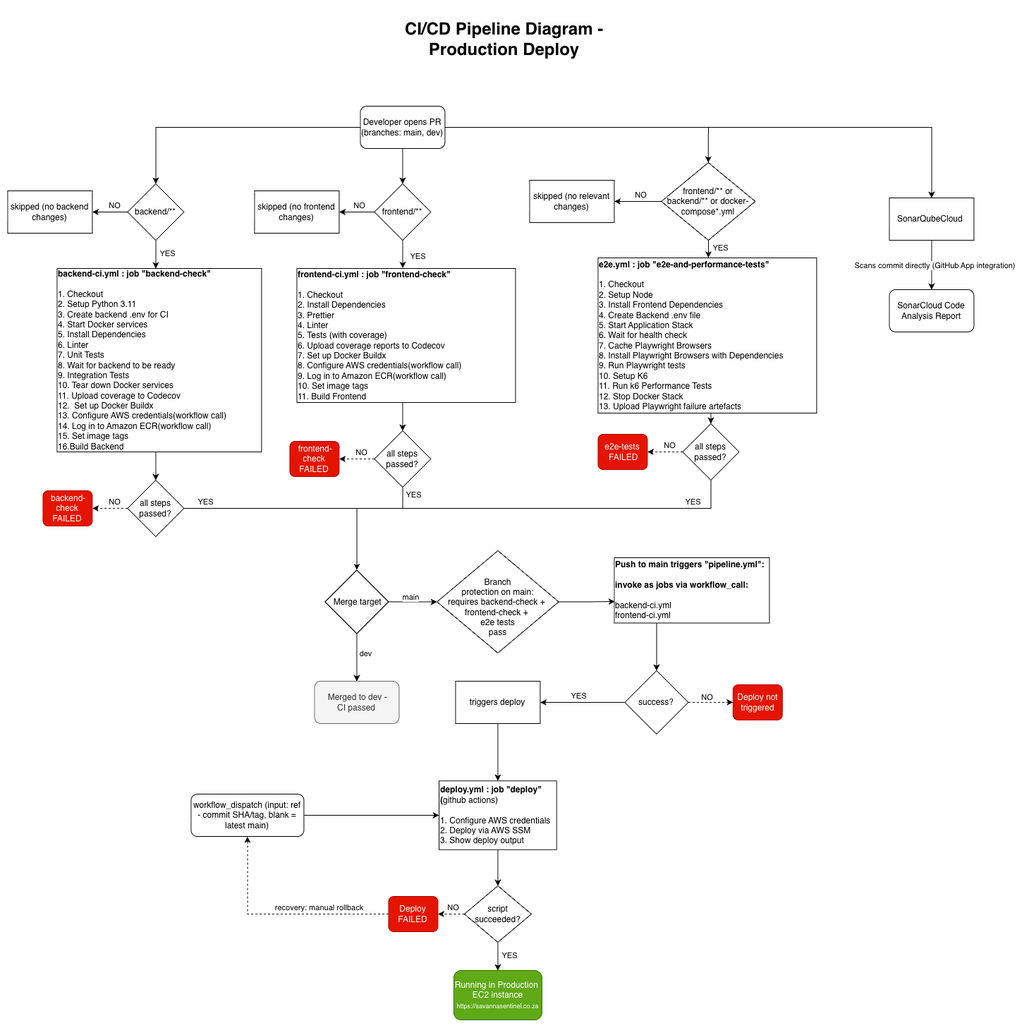
COS301-SE-2026/Savanna-Sentinel keeps this draw.io diagram as docs/demo4/DevDocs(Not-For-Review)/cicd/CICD Diagram.png. Above is the earlier version. Source tidied: cells renumbered, new cells last; positions are measured from the earlier drawing's top-left corner, leaving out a move shared by most shapes.
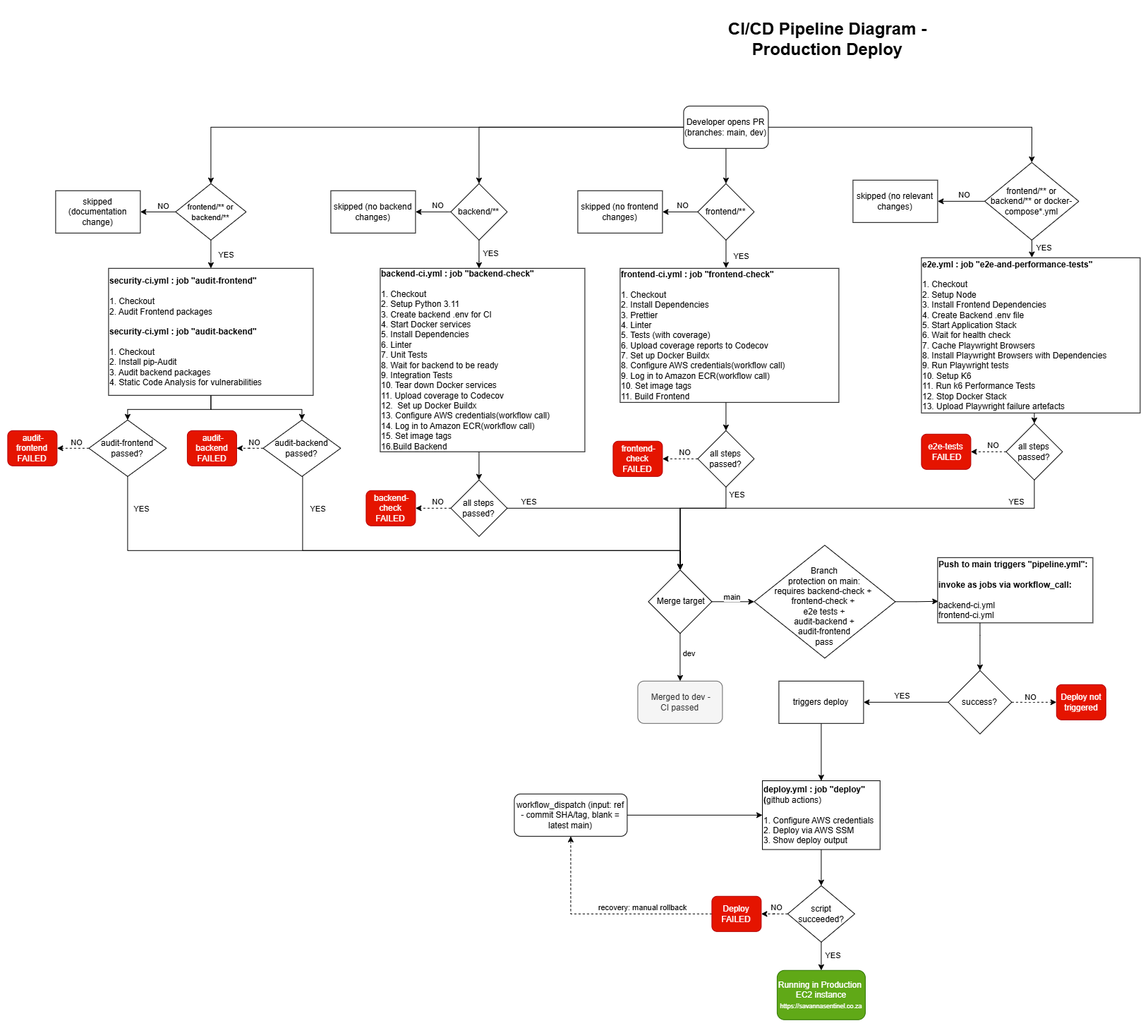
Later version of the same file.

Change to the diagram source:
```diff
@@ -11,12 +11,12 @@
     <mxCell id="4" style="edgeStyle=orthogonalEdgeStyle;rounded=0;jettySize=auto;html=1;entryX=0.5;entryY=0;entryDx=0;entryDy=0;" parent="1" edge="1" source="7" target="13">
       <mxGeometry relative="1" as="geometry" />
     </mxCell>
-    <mxCell id="5" style="edgeStyle=orthogonalEdgeStyle;rounded=0;jettySize=auto;html=1;entryX=0.5;entryY=0;entryDx=0;entryDy=0;" parent="1" edge="1" source="7" target="16">
-      <mxGeometry relative="1" as="geometry" />
-    </mxCell>
     <mxCell id="6" style="edgeStyle=orthogonalEdgeStyle;rounded=0;jettySize=auto;html=1;exitX=1;exitY=0.5;exitDx=0;exitDy=0;entryX=0.5;entryY=0;entryDx=0;entryDy=0;" parent="1" edge="1" source="7" target="65">
       <mxGeometry relative="1" as="geometry" />
     </mxCell>
+    <mxCell id="85" style="edgeStyle=orthogonalEdgeStyle;rounded=0;jettySize=auto;html=1;entryX=0.5;entryY=0;entryDx=0;entryDy=0;" parent="1" edge="1" source="7" target="88">
+      <mxGeometry relative="1" as="geometry" />
+    </mxCell>
     <mxCell id="7" value="Developer opens PR (branches: main, dev)" style="rounded=1;whiteSpace=wrap;html=1;" parent="1" vertex="1">
       <mxGeometry x="500" y="110" width="120" height="60" as="geometry" />
     </mxCell>
@@ -42,15 +42,6 @@
     <mxCell id="13" value="frontend/**" style="rhombus;whiteSpace=wrap;html=1;" parent="1" vertex="1">
       <mxGeometry x="520" y="220" width="80" height="80" as="geometry" />
     </mxCell>
-    <mxCell id="14" style="edgeStyle=orthogonalEdgeStyle;rounded=0;jettySize=auto;html=1;entryX=0.5;entryY=0;entryDx=0;entryDy=0;" parent="1" edge="1" source="16" target="39">
-      <mxGeometry relative="1" as="geometry" />
-    </mxCell>
-    <mxCell id="15" value="Scans commit directly (GitHub App integration)" style="edgeLabel;html=1;align=center;verticalAlign=middle;" parent="14" vertex="1">
-      <mxGeometry x="0.01" y="3" relative="1" as="geometry" />
-    </mxCell>
-    <mxCell id="16" value="SonarQubeCloud&amp;nbsp;" style="rounded=0;whiteSpace=wrap;html=1;" parent="1" vertex="1">
-      <mxGeometry x="1250" y="240" width="120" height="60" as="geometry" />
-    </mxCell>
     <mxCell id="17" style="edgeStyle=orthogonalEdgeStyle;rounded=0;jettySize=auto;html=1;entryX=0.5;entryY=0;entryDx=0;entryDy=0;" parent="1" edge="1" source="18" target="24">
       <mxGeometry relative="1" as="geometry">
         <Array as="points">
@@ -154,14 +145,11 @@
         <mxPoint y="-9" as="offset" />
       </mxGeometry>
     </mxCell>
-    <mxCell id="39" value="SonarCloud Code Analysis Report" style="rounded=1;whiteSpace=wrap;html=1;" parent="1" vertex="1">
-      <mxGeometry x="1250" y="370" width="120" height="60" as="geometry" />
-    </mxCell>
     <mxCell id="40" style="edgeStyle=orthogonalEdgeStyle;rounded=0;jettySize=auto;html=1;entryX=0.004;entryY=0.67;entryDx=0;entryDy=0;entryPerimeter=0;" parent="1" edge="1" source="41" target="78">
       <mxGeometry relative="1" as="geometry" />
     </mxCell>
-    <mxCell id="41" value="&lt;div&gt;&lt;br&gt;&lt;/div&gt;Branch&lt;div&gt;&amp;nbsp;protection on main:&amp;nbsp;&lt;div&gt;requires backend-check&amp;nbsp;&lt;span style=&quot;background-color: transparent; color: light-dark(rgb(0, 0, 0), rgb(255, 255, 255));&quot;&gt;+&amp;nbsp;&lt;/span&gt;&lt;/div&gt;&lt;div&gt;frontend-check +&amp;nbsp;&lt;/div&gt;&lt;div&gt;e2e tests&lt;/div&gt;&lt;/div&gt;&lt;div&gt;pass&lt;/div&gt;" style="rhombus;whiteSpace=wrap;html=1;" parent="1" vertex="1">
-      <mxGeometry x="608.8" y="740" width="172.5" height="145" as="geometry" />
+    <mxCell id="41" value="&lt;div&gt;&lt;br&gt;&lt;/div&gt;Branch&lt;div&gt;&amp;nbsp;protection on main:&amp;nbsp;&lt;div&gt;requires backend-check&amp;nbsp;&lt;span style=&quot;background-color: transparent; color: light-dark(rgb(0, 0, 0), rgb(255, 255, 255));&quot;&gt;+&amp;nbsp;&lt;/span&gt;&lt;/div&gt;&lt;div&gt;frontend-check +&amp;nbsp;&lt;/div&gt;&lt;div&gt;e2e tests +&lt;/div&gt;&lt;/div&gt;&lt;div&gt;audit-backend +&lt;br&gt;&lt;/div&gt;&lt;div&gt;audit-frontend&lt;/div&gt;&lt;div&gt;pass&lt;/div&gt;" style="rhombus;whiteSpace=wrap;html=1;" parent="1" vertex="1">
+      <mxGeometry x="600" y="732.5" width="200" height="160" as="geometry" />
     </mxCell>
     <mxCell id="42" style="edgeStyle=orthogonalEdgeStyle;rounded=0;jettySize=auto;html=1;" parent="1" edge="1" source="43" target="51">
       <mxGeometry relative="1" as="geometry" />
@@ -334,5 +322,78 @@
         <mxPoint y="-9" as="offset" />
       </mxGeometry>
     </mxCell>
+    <mxCell id="86" style="edgeStyle=orthogonalEdgeStyle;rounded=0;jettySize=auto;html=1;entryX=1;entryY=0.5;entryDx=0;entryDy=0;" parent="1" edge="1" source="88" target="89">
+      <mxGeometry relative="1" as="geometry" />
+    </mxCell>
+    <mxCell id="87" style="edgeStyle=orthogonalEdgeStyle;rounded=0;jettySize=auto;html=1;" parent="1" edge="1" source="88" target="93">
+      <mxGeometry relative="1" as="geometry" />
+    </mxCell>
+    <mxCell id="88" value="&lt;font style=&quot;font-size: 11px;&quot;&gt;frontend/** or backend/**&lt;/font&gt;" style="rhombus;whiteSpace=wrap;html=1;" parent="1" vertex="1">
+      <mxGeometry x="-220" y="220" width="100" height="80" as="geometry" />
+    </mxCell>
+    <mxCell id="89" value="skipped (documentation change)" style="rounded=0;whiteSpace=wrap;html=1;" parent="1" vertex="1">
+      <mxGeometry x="-390" y="230" width="120" height="60" as="geometry" />
+    </mxCell>
+    <mxCell id="90" value="NO" style="edgeLabel;html=1;align=center;verticalAlign=middle;" parent="1" vertex="1">
+      <mxGeometry x="-239" y="251" as="geometry" />
+    </mxCell>
+    <mxCell id="91" style="edgeStyle=orthogonalEdgeStyle;rounded=0;jettySize=auto;html=1;entryX=0.5;entryY=0;entryDx=0;entryDy=0;" parent="1" edge="1" source="93" target="97">
+      <mxGeometry relative="1" as="geometry" />
+    </mxCell>
+    <mxCell id="92" style="edgeStyle=orthogonalEdgeStyle;rounded=0;jettySize=auto;html=1;entryX=0.5;entryY=0;entryDx=0;entryDy=0;" parent="1" edge="1" source="93" target="103">
+      <mxGeometry relative="1" as="geometry" />
+    </mxCell>
+    <mxCell id="93" value="&lt;b&gt;security-ci.yml : job &quot;audit-frontend&quot;&lt;/b&gt;&lt;div&gt;&lt;b&gt;&lt;br&gt;&lt;/b&gt;&lt;/div&gt;&lt;div&gt;1. Checkout&lt;/div&gt;&lt;div&gt;2. Audit Frontend packages&lt;/div&gt;&lt;div&gt;&lt;br&gt;&lt;/div&gt;&lt;div&gt;&lt;b&gt;security-ci.yml : job &quot;audit-backend&quot;&lt;/b&gt;&lt;/div&gt;&lt;div&gt;&lt;b&gt;&lt;br&gt;&lt;/b&gt;&lt;/div&gt;&lt;div&gt;1. Checkout&lt;/div&gt;&lt;div&gt;2. Install pip-Audit&lt;/div&gt;&lt;div&gt;3. Audit backend packages&lt;/div&gt;&lt;div&gt;4. Static Code Analysis for vulnerabilities&lt;/div&gt;" style="rounded=0;whiteSpace=wrap;html=1;align=left;" parent="1" vertex="1">
+      <mxGeometry x="-315" y="340" width="290" height="180" as="geometry" />
+    </mxCell>
+    <mxCell id="94" value="YES" style="edgeLabel;html=1;align=center;verticalAlign=middle;" parent="1" vertex="1">
+      <mxGeometry x="-150" y="320" as="geometry" />
+    </mxCell>
+    <mxCell id="95" style="edgeStyle=orthogonalEdgeStyle;rounded=0;jettySize=auto;html=1;dashed=1;" parent="1" edge="1" source="97" target="98">
+      <mxGeometry relative="1" as="geometry" />
+    </mxCell>
+    <mxCell id="96" style="edgeStyle=orthogonalEdgeStyle;rounded=0;jettySize=auto;html=1;exitX=0.5;exitY=1;exitDx=0;exitDy=0;" parent="1" edge="1" source="97" target="48">
+      <mxGeometry relative="1" as="geometry">
+        <Array as="points">
+          <mxPoint x="-288" y="740" />
+          <mxPoint x="495" y="740" />
+        </Array>
+      </mxGeometry>
+    </mxCell>
+    <mxCell id="97" value="audit-frontend passed?" style="rhombus;whiteSpace=wrap;html=1;" parent="1" vertex="1">
+      <mxGeometry x="-343" y="555" width="110" height="80" as="geometry" />
+    </mxCell>
+    <mxCell id="98" value="&amp;nbsp;audit-frontend FAILED" style="rounded=1;whiteSpace=wrap;html=1;fillColor=#e51400;strokeColor=#B20000;fontColor=#ffffff;" parent="1" vertex="1">
+      <mxGeometry x="-458" y="570" width="70" height="50" as="geometry" />
+    </mxCell>
+    <mxCell id="99" value="&lt;font style=&quot;color: rgb(0, 0, 0);&quot;&gt;NO&lt;/font&gt;" style="edgeLabel;html=1;align=center;verticalAlign=middle;fontColor=#000000;" parent="1" vertex="1">
+      <mxGeometry x="-362" y="586" as="geometry" />
+    </mxCell>
+    <mxCell id="100" value="&amp;nbsp;audit-backend FAILED" style="rounded=1;whiteSpace=wrap;html=1;fillColor=#e51400;strokeColor=#B20000;fontColor=#ffffff;" parent="1" vertex="1">
+      <mxGeometry x="-203.5" y="570" width="70" height="50" as="geometry" />
+    </mxCell>
+    <mxCell id="101" style="edgeStyle=orthogonalEdgeStyle;rounded=0;jettySize=auto;html=1;entryX=1;entryY=0.5;entryDx=0;entryDy=0;dashed=1;" parent="1" edge="1" source="103" target="100">
+      <mxGeometry relative="1" as="geometry" />
+    </mxCell>
+    <mxCell id="102" style="edgeStyle=orthogonalEdgeStyle;rounded=0;jettySize=auto;html=1;entryX=0.5;entryY=0;entryDx=0;entryDy=0;" parent="1" edge="1" source="103" target="48">
+      <mxGeometry relative="1" as="geometry">
+        <Array as="points">
+          <mxPoint x="-40" y="740" />
+          <mxPoint x="495" y="740" />
+        </Array>
+      </mxGeometry>
+    </mxCell>
+    <mxCell id="103" value="audit-backend passed?" style="rhombus;whiteSpace=wrap;html=1;" parent="1" vertex="1">
+      <mxGeometry x="-96" y="555" width="110" height="80" as="geometry" />
+    </mxCell>
+    <mxCell id="104" value="&lt;font style=&quot;color: rgb(0, 0, 0);&quot;&gt;NO&lt;/font&gt;" style="edgeLabel;html=1;align=center;verticalAlign=middle;fontColor=#000000;" parent="1" vertex="1">
+      <mxGeometry x="-110" y="586" as="geometry" />
+    </mxCell>
+    <mxCell id="105" value="YES" style="edgeLabel;html=1;align=center;verticalAlign=middle;" parent="1" vertex="1">
+      <mxGeometry x="-270" y="680" as="geometry" />
+    </mxCell>
+    <mxCell id="106" value="YES" style="edgeLabel;html=1;align=center;verticalAlign=middle;" parent="1" vertex="1">
+      <mxGeometry x="-20" y="680" as="geometry" />
+    </mxCell>
   </root>
 </mxGraphModel>
```
